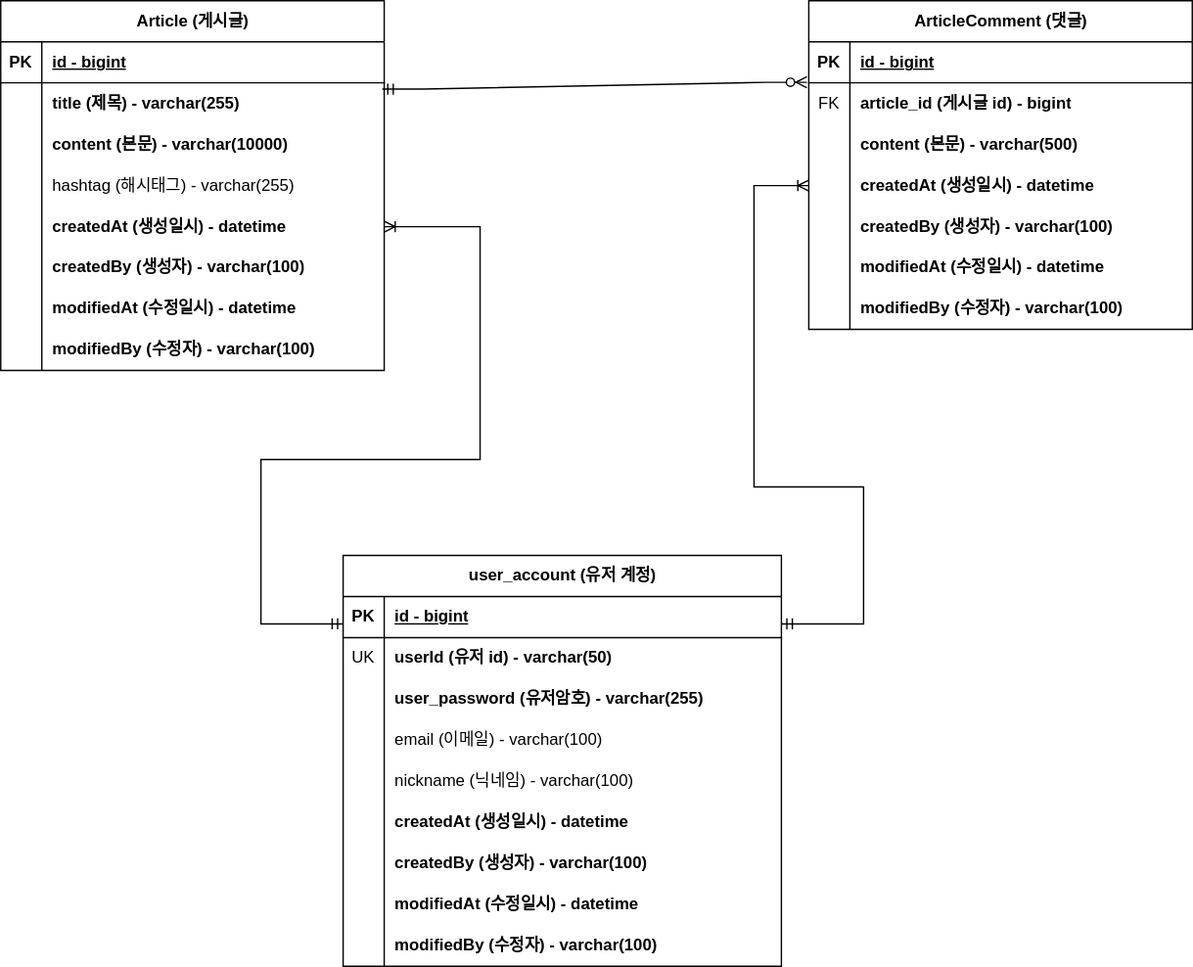
This is document/board-project-erd.svg from jsh9057/board-project, a draw.io export, as it was before one commit. Source tidied: cells renumbered, new cells last; positions are measured from the earlier drawing's top-left corner, leaving out a move shared by most shapes.
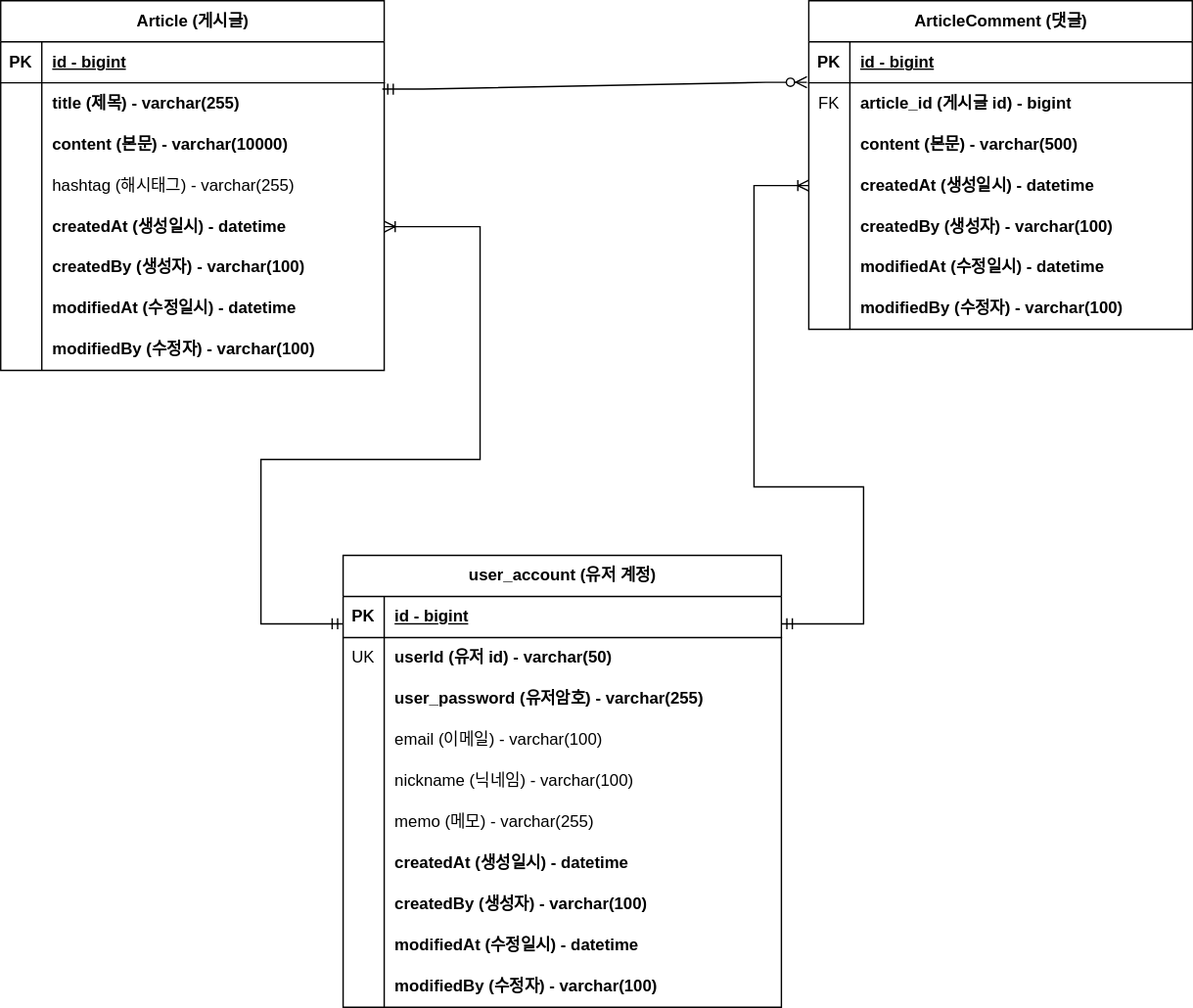
Later version of the same file.

Commit message:
#17 - ERD 유저 계정 빠진 속성 추가 : board-project-erd.svg

What changed in the source:
```diff
@@ -147,7 +147,7 @@
       <mxGeometry relative="1" as="geometry" />
     </mxCell>
     <mxCell id="50" value="user_account (유저 계정)" style="shape=table;startSize=30;rowLines=0;fontStyle=1;align=center;html=1;" parent="1" vertex="1">
-      <mxGeometry x="250" y="405" width="320" height="300" as="geometry" />
+      <mxGeometry x="250" y="405" width="320" height="330" as="geometry" />
     </mxCell>
     <mxCell id="51" style="shape=tableRow;horizontal=0;startSize=0;swimlaneHead=0;swimlaneBody=0;fillColor=none;top=0;left=0;right=0;bottom=1;" parent="50" vertex="1">
       <mxGeometry y="30" width="320" height="30" as="geometry" />
@@ -194,8 +194,17 @@
     <mxCell id="65" value="nickname (닉네임) - &lt;span style=&quot;white-space: pre;&quot;&gt;varchar(100)&lt;/span&gt;" style="shape=partialRectangle;fillColor=none;top=0;left=0;bottom=0;right=0;align=left;spacingLeft=6;overflow=hidden;whiteSpace=wrap;html=1;" parent="63" vertex="1">
       <mxGeometry x="30" width="290" height="30" as="geometry" />
     </mxCell>
+    <mxCell id="80" style="shape=tableRow;horizontal=0;startSize=0;swimlaneHead=0;swimlaneBody=0;fillColor=none;top=0;left=0;right=0;bottom=0;" parent="50" vertex="1">
+      <mxGeometry y="180" width="320" height="30" as="geometry" />
+    </mxCell>
+    <mxCell id="81" style="shape=partialRectangle;fillColor=none;top=0;left=0;bottom=0;right=0;overflow=hidden;whiteSpace=wrap;html=1;" parent="80" vertex="1">
+      <mxGeometry width="30" height="30" as="geometry" />
+    </mxCell>
+    <mxCell id="82" value="memo (메모) - varchar(255)" style="shape=partialRectangle;fillColor=none;top=0;left=0;bottom=0;right=0;align=left;spacingLeft=6;overflow=hidden;whiteSpace=wrap;html=1;" parent="80" vertex="1">
+      <mxGeometry x="30" width="290" height="30" as="geometry" />
+    </mxCell>
     <mxCell id="66" style="shape=tableRow;horizontal=0;startSize=0;swimlaneHead=0;swimlaneBody=0;fillColor=none;top=0;left=0;right=0;bottom=0;" parent="50" vertex="1">
-      <mxGeometry y="180" width="320" height="30" as="geometry" />
+      <mxGeometry y="210" width="320" height="30" as="geometry" />
     </mxCell>
     <mxCell id="67" style="shape=partialRectangle;fillColor=none;top=0;left=0;bottom=0;right=0;overflow=hidden;whiteSpace=wrap;html=1;" parent="66" vertex="1">
       <mxGeometry width="30" height="30" as="geometry" />
@@ -204,7 +213,7 @@
       <mxGeometry x="30" width="290" height="30" as="geometry" />
     </mxCell>
     <mxCell id="69" style="shape=tableRow;horizontal=0;startSize=0;swimlaneHead=0;swimlaneBody=0;fillColor=none;top=0;left=0;right=0;bottom=0;" parent="50" vertex="1">
-      <mxGeometry y="210" width="320" height="30" as="geometry" />
+      <mxGeometry y="240" width="320" height="30" as="geometry" />
     </mxCell>
     <mxCell id="70" style="shape=partialRectangle;fillColor=none;top=0;left=0;bottom=0;right=0;overflow=hidden;whiteSpace=wrap;html=1;" parent="69" vertex="1">
       <mxGeometry width="30" height="30" as="geometry" />
@@ -213,7 +222,7 @@
       <mxGeometry x="30" width="290" height="30" as="geometry" />
     </mxCell>
     <mxCell id="72" style="shape=tableRow;horizontal=0;startSize=0;swimlaneHead=0;swimlaneBody=0;fillColor=none;top=0;left=0;right=0;bottom=0;" parent="50" vertex="1">
-      <mxGeometry y="240" width="320" height="30" as="geometry" />
+      <mxGeometry y="270" width="320" height="30" as="geometry" />
     </mxCell>
     <mxCell id="73" style="shape=partialRectangle;fillColor=none;top=0;left=0;bottom=0;right=0;overflow=hidden;whiteSpace=wrap;html=1;" parent="72" vertex="1">
       <mxGeometry width="30" height="30" as="geometry" />
@@ -222,7 +231,7 @@
       <mxGeometry x="30" width="290" height="30" as="geometry" />
     </mxCell>
     <mxCell id="75" style="shape=tableRow;horizontal=0;startSize=0;swimlaneHead=0;swimlaneBody=0;fillColor=none;top=0;left=0;right=0;bottom=0;" parent="50" vertex="1">
-      <mxGeometry y="270" width="320" height="30" as="geometry" />
+      <mxGeometry y="300" width="320" height="30" as="geometry" />
     </mxCell>
     <mxCell id="76" style="shape=partialRectangle;fillColor=none;top=0;left=0;bottom=0;right=0;overflow=hidden;whiteSpace=wrap;html=1;" parent="75" vertex="1">
       <mxGeometry width="30" height="30" as="geometry" />
```
